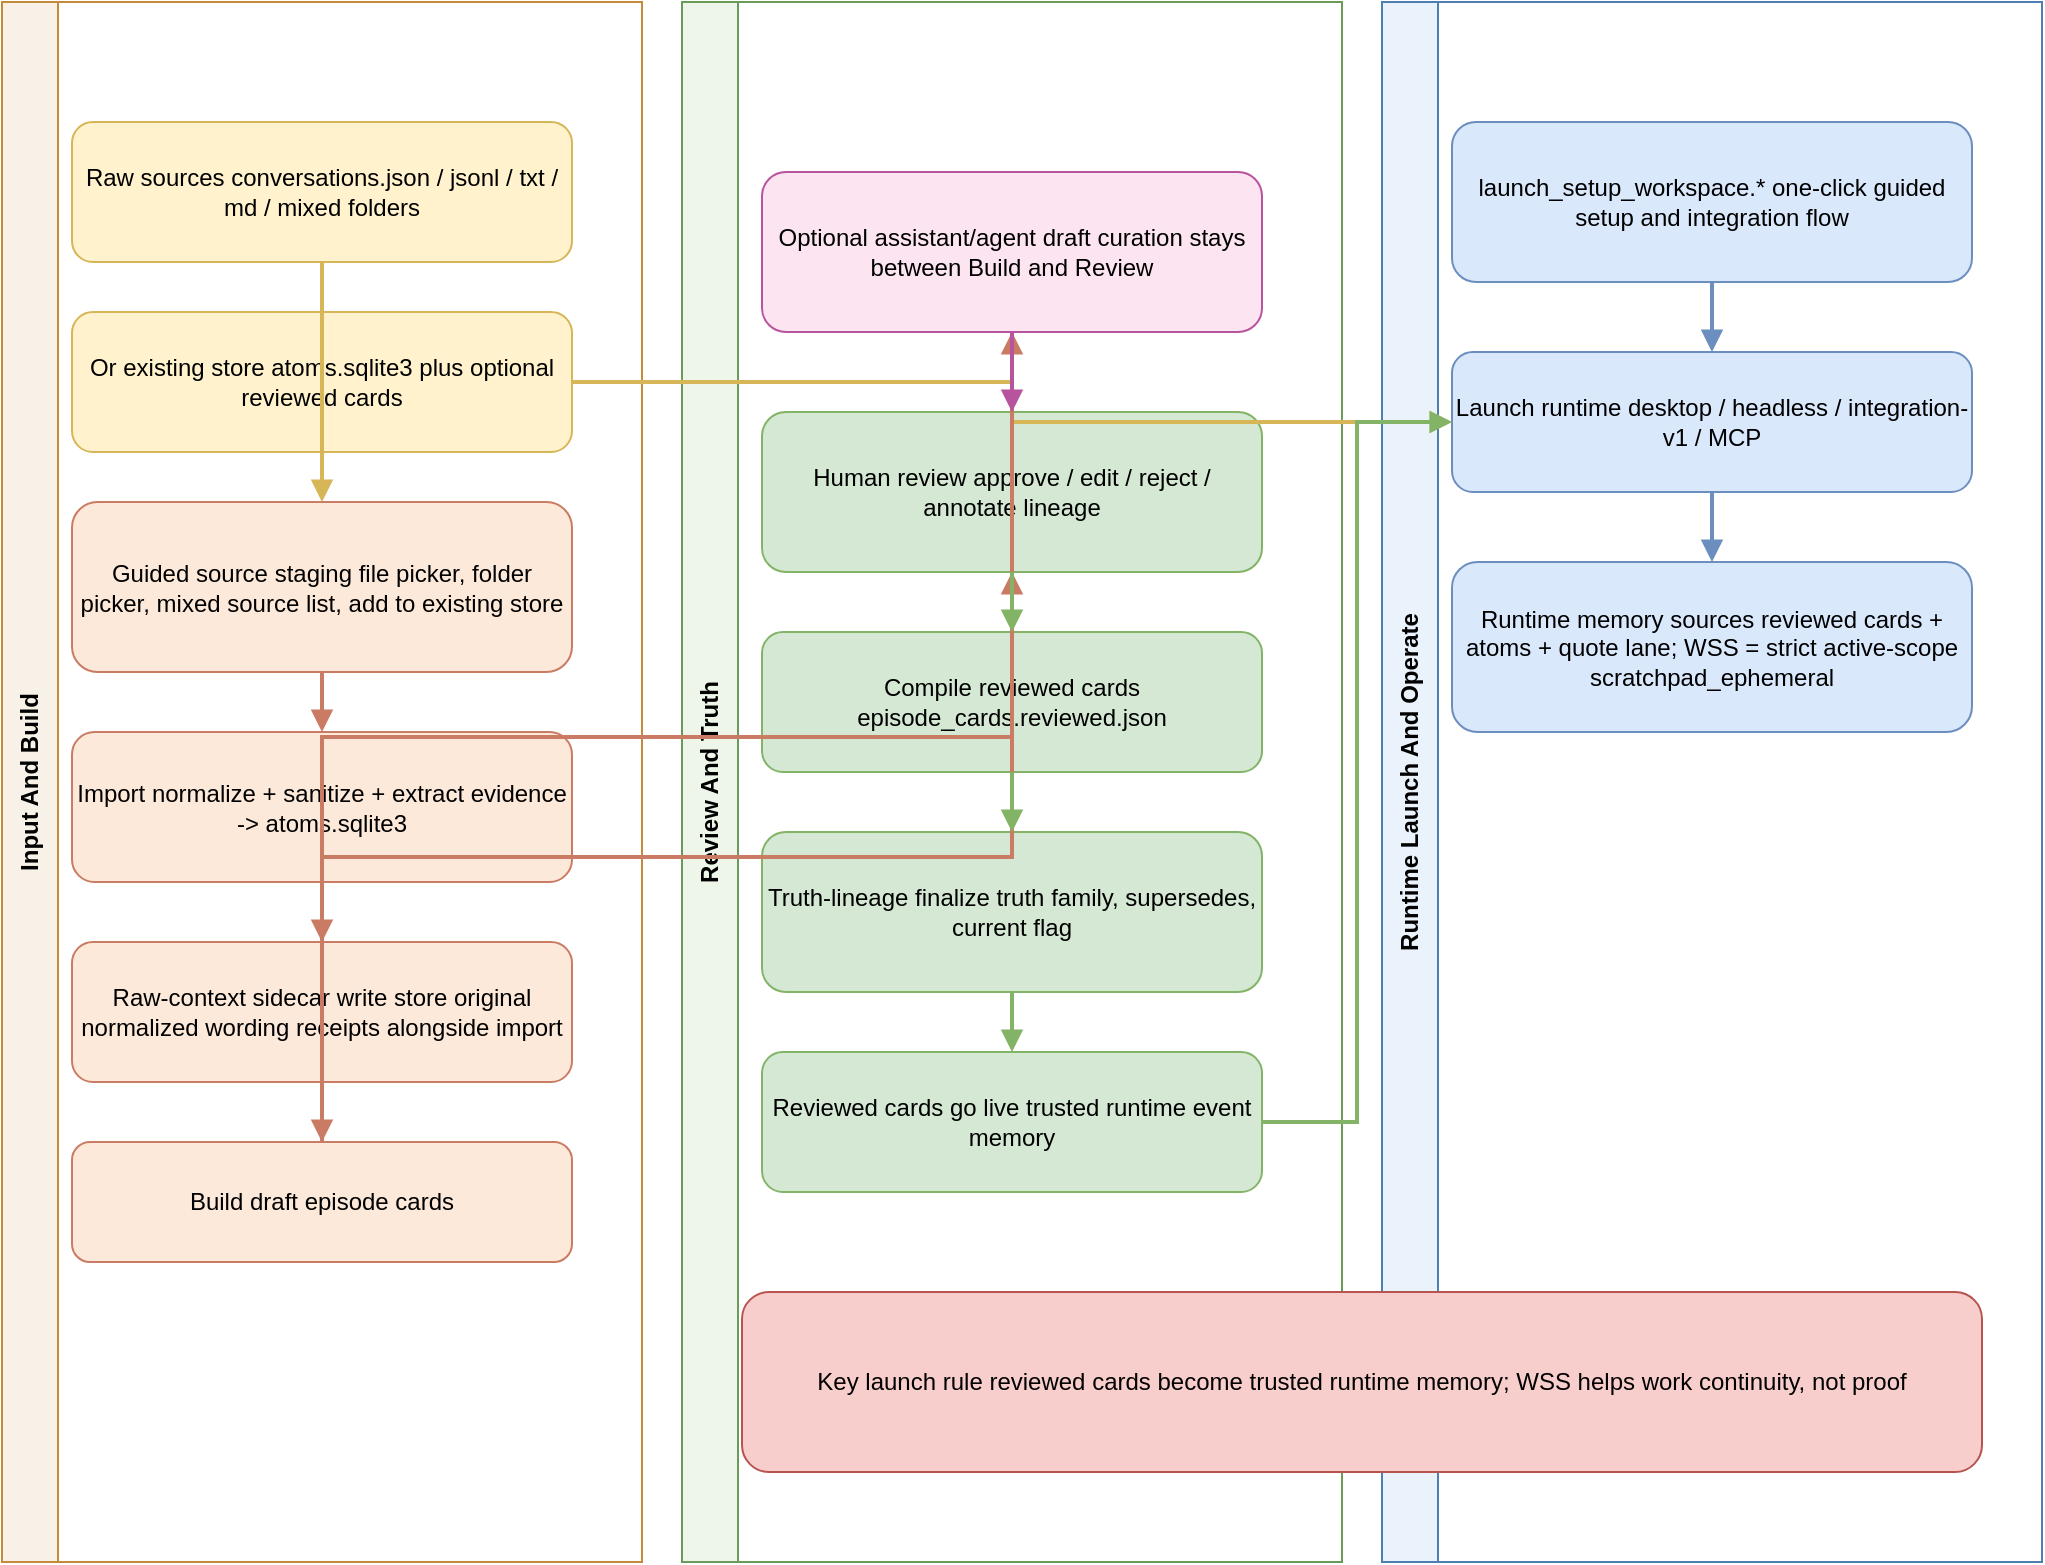
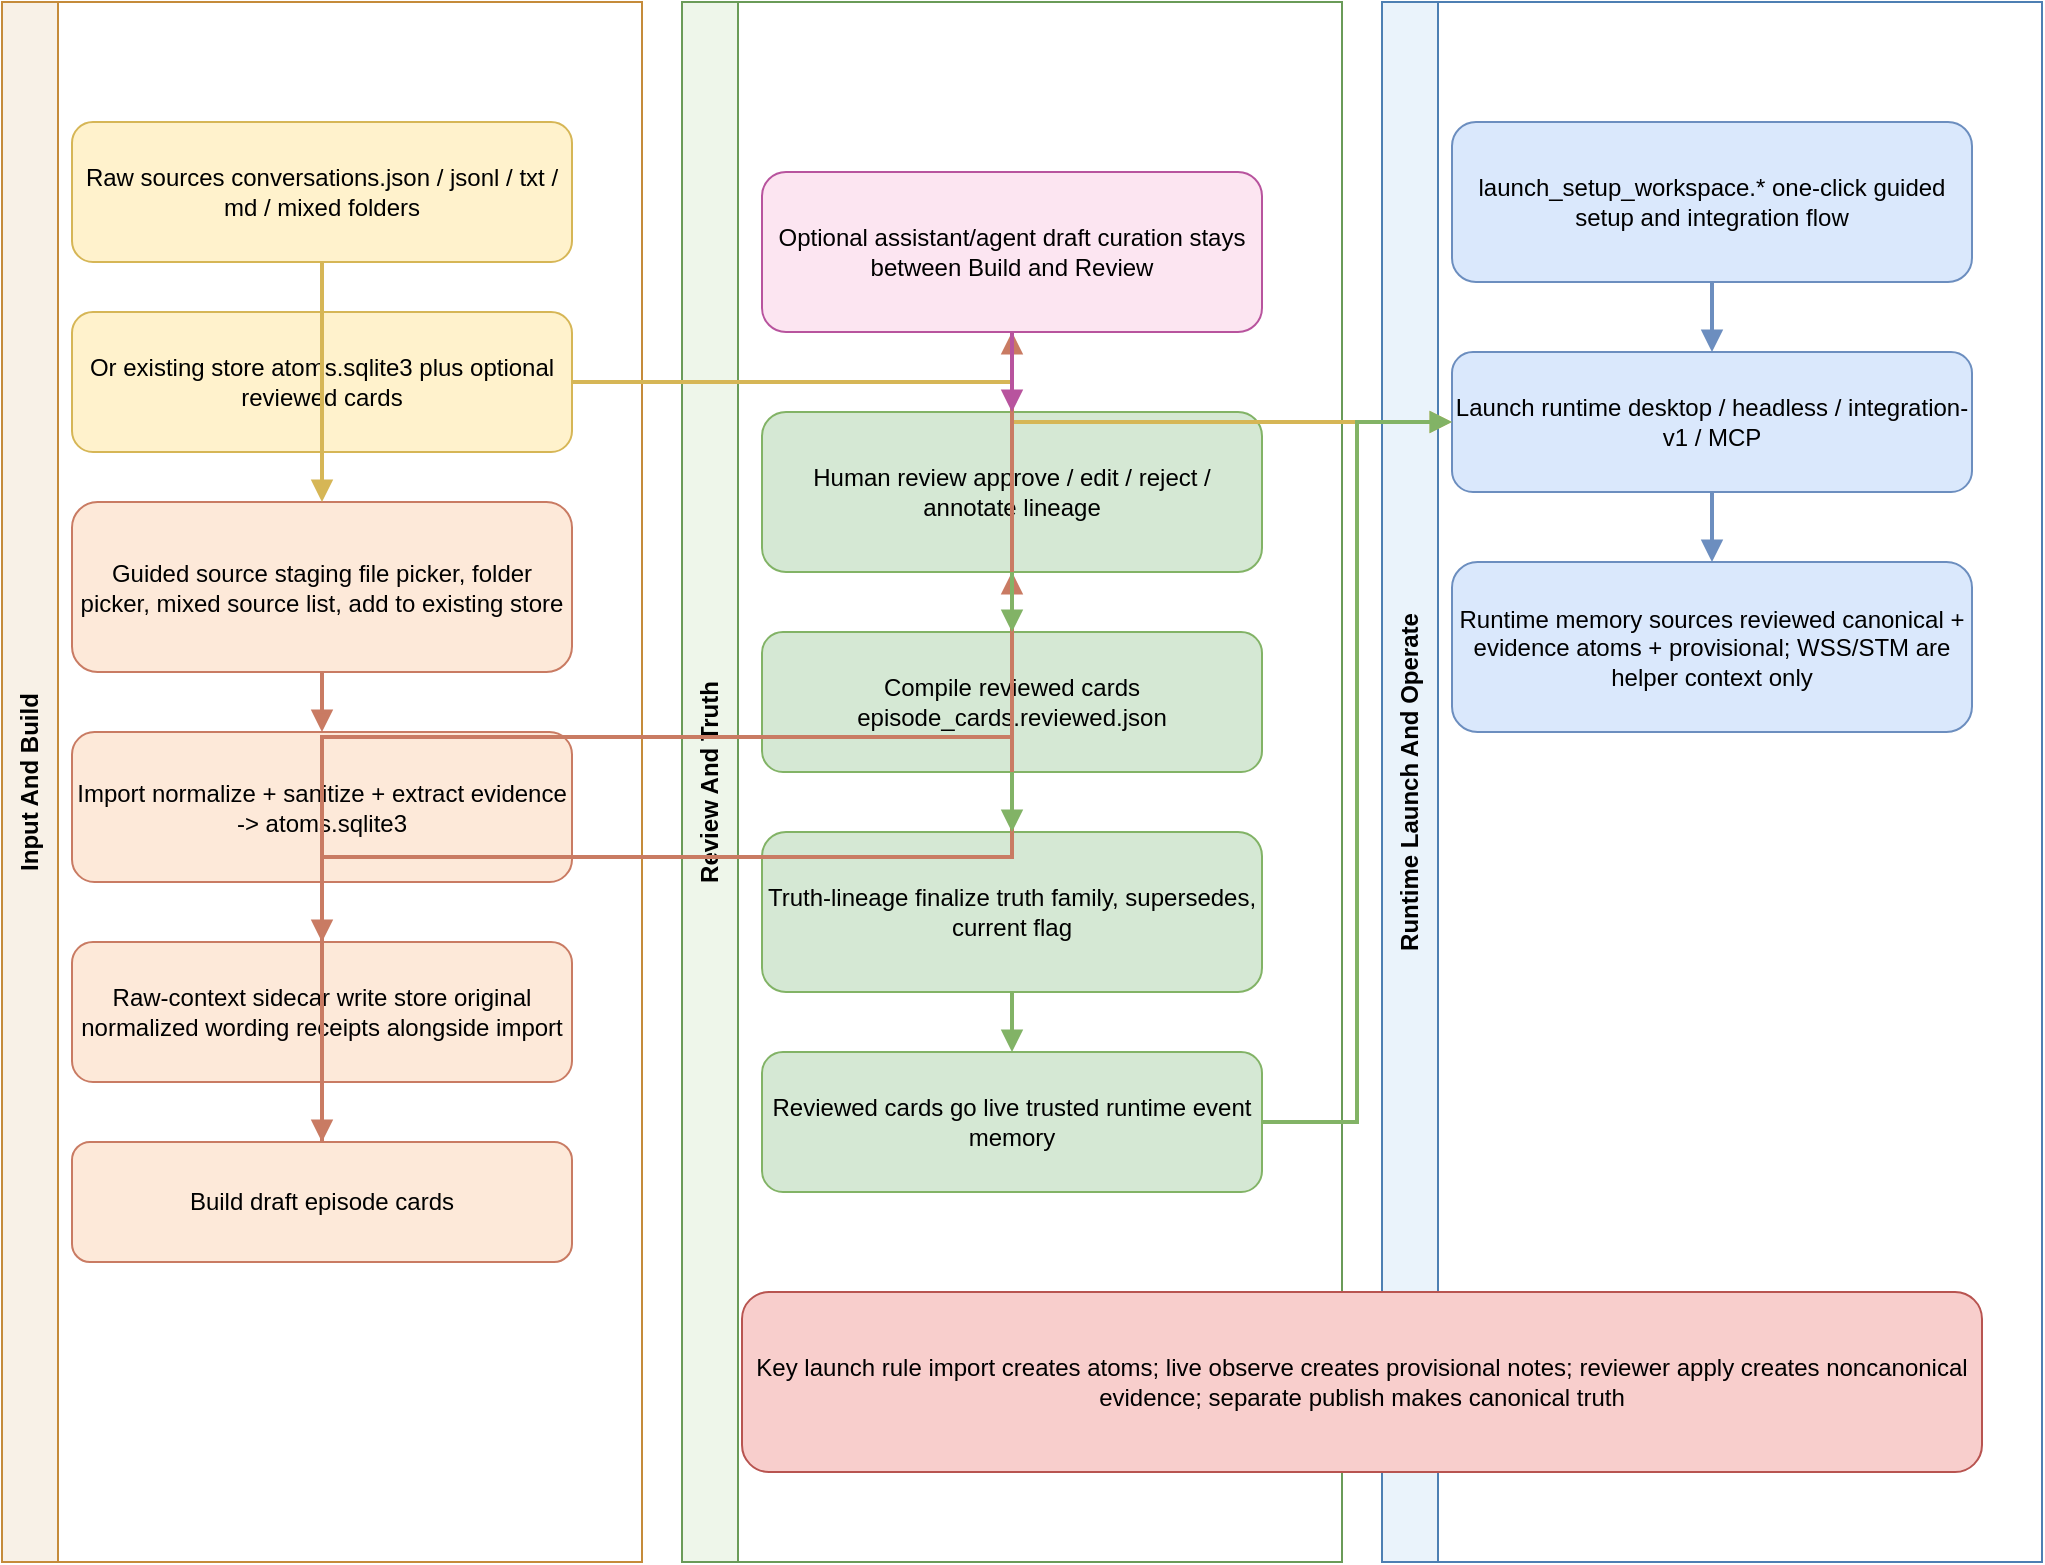
<mxfile host="app.diagrams.net" modified="2026-04-12T23:30:00.000Z" agent="Codex" version="24.7.17">
  <diagram id="launch-pipeline-engineering" name="Engineering Pipeline">
    <mxGraphModel dx="1650" dy="1050" grid="1" gridSize="10" guides="1" tooltips="1" connect="1" arrows="1" fold="1" page="1" pageScale="1" pageWidth="1600" pageHeight="980" math="0" shadow="0">
      <root>
        <mxCell id="0" />
        <mxCell id="1" parent="0" />
        <mxCell id="lane1" value="Input And Build" style="swimlane;whiteSpace=wrap;html=1;rounded=0;horizontal=0;startSize=28;fontStyle=1;fillColor=#f8f1e7;strokeColor=#c58b3a;" vertex="1" parent="1">
          <mxGeometry x="20" y="20" width="320" height="780" as="geometry" />
        </mxCell>
        <mxCell id="lane2" value="Review And Truth" style="swimlane;whiteSpace=wrap;html=1;rounded=0;horizontal=0;startSize=28;fontStyle=1;fillColor=#eef6ea;strokeColor=#6a9b58;" vertex="1" parent="1">
          <mxGeometry x="360" y="20" width="330" height="780" as="geometry" />
        </mxCell>
        <mxCell id="lane3" value="Runtime Launch And Operate" style="swimlane;whiteSpace=wrap;html=1;rounded=0;horizontal=0;startSize=28;fontStyle=1;fillColor=#eaf3fb;strokeColor=#4d7fb3;" vertex="1" parent="1">
          <mxGeometry x="710" y="20" width="330" height="780" as="geometry" />
        </mxCell>
        <mxCell id="l1" value="Raw sources&amp;#10;conversations.json / jsonl / txt / md / mixed folders" style="rounded=1;whiteSpace=wrap;html=1;fillColor=#fff2cc;strokeColor=#d6b656;" vertex="1" parent="1">
          <mxGeometry x="55" y="80" width="250" height="70" as="geometry" />
        </mxCell>
        <mxCell id="l2" value="Or existing store&amp;#10;atoms.sqlite3 plus optional reviewed cards" style="rounded=1;whiteSpace=wrap;html=1;fillColor=#fff2cc;strokeColor=#d6b656;" vertex="1" parent="1">
          <mxGeometry x="55" y="175" width="250" height="70" as="geometry" />
        </mxCell>
        <mxCell id="l3" value="Guided source staging&amp;#10;file picker, folder picker, mixed source list, add to existing store" style="rounded=1;whiteSpace=wrap;html=1;fillColor=#fde9d9;strokeColor=#c97b63;" vertex="1" parent="1">
          <mxGeometry x="55" y="270" width="250" height="85" as="geometry" />
        </mxCell>
        <mxCell id="l4" value="Import&amp;#10;normalize + sanitize + extract evidence -&amp;gt; atoms.sqlite3" style="rounded=1;whiteSpace=wrap;html=1;fillColor=#fde9d9;strokeColor=#c97b63;" vertex="1" parent="1">
          <mxGeometry x="55" y="385" width="250" height="75" as="geometry" />
        </mxCell>
        <mxCell id="l5" value="Raw-context sidecar write&amp;#10;store original normalized wording receipts alongside import" style="rounded=1;whiteSpace=wrap;html=1;fillColor=#fde9d9;strokeColor=#c97b63;" vertex="1" parent="1">
          <mxGeometry x="55" y="490" width="250" height="70" as="geometry" />
        </mxCell>
        <mxCell id="l6" value="Build draft episode cards" style="rounded=1;whiteSpace=wrap;html=1;fillColor=#fde9d9;strokeColor=#c97b63;" vertex="1" parent="1">
          <mxGeometry x="55" y="590" width="250" height="60" as="geometry" />
        </mxCell>
        <mxCell id="l7" value="Optional assistant/agent draft curation&amp;#10;stays between Build and Review" style="rounded=1;whiteSpace=wrap;html=1;fillColor=#fce5f1;strokeColor=#b8549e;" vertex="1" parent="1">
          <mxGeometry x="400" y="105" width="250" height="80" as="geometry" />
        </mxCell>
        <mxCell id="l8" value="Human review&amp;#10;approve / edit / reject / annotate lineage" style="rounded=1;whiteSpace=wrap;html=1;fillColor=#d5e8d4;strokeColor=#82b366;" vertex="1" parent="1">
          <mxGeometry x="400" y="225" width="250" height="80" as="geometry" />
        </mxCell>
        <mxCell id="l9" value="Compile reviewed cards&amp;#10;episode_cards.reviewed.json" style="rounded=1;whiteSpace=wrap;html=1;fillColor=#d5e8d4;strokeColor=#82b366;" vertex="1" parent="1">
          <mxGeometry x="400" y="335" width="250" height="70" as="geometry" />
        </mxCell>
        <mxCell id="l10" value="Truth-lineage finalize&amp;#10;truth family, supersedes, current flag" style="rounded=1;whiteSpace=wrap;html=1;fillColor=#d5e8d4;strokeColor=#82b366;" vertex="1" parent="1">
          <mxGeometry x="400" y="435" width="250" height="80" as="geometry" />
        </mxCell>
        <mxCell id="l11" value="Reviewed cards go live&amp;#10;trusted runtime event memory" style="rounded=1;whiteSpace=wrap;html=1;fillColor=#d5e8d4;strokeColor=#82b366;" vertex="1" parent="1">
          <mxGeometry x="400" y="545" width="250" height="70" as="geometry" />
        </mxCell>
        <mxCell id="l12" value="launch_setup_workspace.*&amp;#10;one-click guided setup and integration flow" style="rounded=1;whiteSpace=wrap;html=1;fillColor=#dae8fc;strokeColor=#6c8ebf;" vertex="1" parent="1">
          <mxGeometry x="745" y="80" width="260" height="80" as="geometry" />
        </mxCell>
        <mxCell id="l13" value="Launch runtime&amp;#10;desktop / headless / integration-v1 / MCP" style="rounded=1;whiteSpace=wrap;html=1;fillColor=#dae8fc;strokeColor=#6c8ebf;" vertex="1" parent="1">
          <mxGeometry x="745" y="195" width="260" height="70" as="geometry" />
        </mxCell>
-         <mxCell id="l14" value="Runtime memory sources&amp;#10;reviewed cards + atoms + quote lane; WSS = strict active-scope scratchpad_ephemeral" style="rounded=1;whiteSpace=wrap;html=1;fillColor=#dae8fc;strokeColor=#6c8ebf;" vertex="1" parent="1">
+         <mxCell id="l14" value="Runtime memory sources&amp;#10;reviewed canonical + evidence atoms + provisional; WSS/STM are helper context only" style="rounded=1;whiteSpace=wrap;html=1;fillColor=#dae8fc;strokeColor=#6c8ebf;" vertex="1" parent="1">
          <mxGeometry x="745" y="300" width="260" height="85" as="geometry" />
        </mxCell>
-         <mxCell id="l15" value="Key launch rule&amp;#10;reviewed cards become trusted runtime memory; WSS helps work continuity, not proof" style="rounded=1;whiteSpace=wrap;html=1;fillColor=#f8cecc;strokeColor=#b85450;" vertex="1" parent="1">
+         <mxCell id="l15" value="Key launch rule&amp;#10;import creates atoms; live observe creates provisional notes; reviewer apply creates noncanonical evidence; separate publish makes canonical truth" style="rounded=1;whiteSpace=wrap;html=1;fillColor=#f8cecc;strokeColor=#b85450;" vertex="1" parent="1">
          <mxGeometry x="390" y="665" width="620" height="90" as="geometry" />
        </mxCell>
        <mxCell id="e2" edge="1" parent="1" source="l1" target="l3" style="edgeStyle=orthogonalEdgeStyle;orthogonalLoop=1;jettySize=auto;jumpStyle=arc;jumpSize=6;endArrow=block;endFill=1;html=1;rounded=0;strokeWidth=2;strokeColor=#d6b656;entryX=0.5;entryY=0;entryPerimeter=1;exitX=0.5;exitY=1;exitPerimeter=1;">
          <mxGeometry relative="1" as="geometry" />
        </mxCell>
        <mxCell id="e3" edge="1" parent="1" source="l2" target="l13" style="edgeStyle=orthogonalEdgeStyle;orthogonalLoop=1;jettySize=auto;jumpStyle=arc;jumpSize=6;endArrow=block;endFill=1;html=1;rounded=0;strokeWidth=2;strokeColor=#d6b656;entryX=0;entryY=0.5;entryPerimeter=1;exitX=1;exitY=0.5;exitPerimeter=1;">
          <mxGeometry relative="1" as="geometry" />
        </mxCell>
        <mxCell id="e4" edge="1" parent="1" source="l3" target="l4" style="edgeStyle=orthogonalEdgeStyle;orthogonalLoop=1;jettySize=auto;jumpStyle=arc;jumpSize=6;endArrow=block;endFill=1;html=1;rounded=0;strokeWidth=2;strokeColor=#c97b63;entryX=0.5;entryY=0;entryPerimeter=1;exitX=0.5;exitY=1;exitPerimeter=1;">
          <mxGeometry relative="1" as="geometry" />
        </mxCell>
        <mxCell id="e5" edge="1" parent="1" source="l4" target="l5" style="edgeStyle=orthogonalEdgeStyle;orthogonalLoop=1;jettySize=auto;jumpStyle=arc;jumpSize=6;endArrow=block;endFill=1;html=1;rounded=0;strokeWidth=2;strokeColor=#c97b63;entryX=0.5;entryY=0;entryPerimeter=1;exitX=0.5;exitY=1;exitPerimeter=1;">
          <mxGeometry relative="1" as="geometry" />
        </mxCell>
        <mxCell id="e6" edge="1" parent="1" source="l4" target="l6" style="edgeStyle=orthogonalEdgeStyle;orthogonalLoop=1;jettySize=auto;jumpStyle=arc;jumpSize=6;endArrow=block;endFill=1;html=1;rounded=0;strokeWidth=2;strokeColor=#c97b63;entryX=0.5;entryY=0;entryPerimeter=1;exitX=0.5;exitY=1;exitPerimeter=1;">
          <mxGeometry relative="1" as="geometry" />
        </mxCell>
        <mxCell id="e7" edge="1" parent="1" source="l6" target="l7" style="edgeStyle=orthogonalEdgeStyle;orthogonalLoop=1;jettySize=auto;jumpStyle=arc;jumpSize=6;endArrow=block;endFill=1;html=1;rounded=0;strokeWidth=2;strokeColor=#c97b63;entryX=0.5;entryY=1;entryPerimeter=1;exitX=0.5;exitY=0;exitPerimeter=1;">
          <mxGeometry relative="1" as="geometry" />
        </mxCell>
        <mxCell id="e8" edge="1" parent="1" source="l6" target="l8" style="edgeStyle=orthogonalEdgeStyle;orthogonalLoop=1;jettySize=auto;jumpStyle=arc;jumpSize=6;endArrow=block;endFill=1;html=1;rounded=0;strokeWidth=2;strokeColor=#c97b63;entryX=0.5;entryY=1;entryPerimeter=1;exitX=0.5;exitY=0;exitPerimeter=1;">
          <mxGeometry relative="1" as="geometry" />
        </mxCell>
        <mxCell id="e9" edge="1" parent="1" source="l7" target="l8" style="edgeStyle=orthogonalEdgeStyle;orthogonalLoop=1;jettySize=auto;jumpStyle=arc;jumpSize=6;endArrow=block;endFill=1;html=1;rounded=0;strokeWidth=2;strokeColor=#b8549e;entryX=0.5;entryY=0;entryPerimeter=1;exitX=0.5;exitY=1;exitPerimeter=1;">
          <mxGeometry relative="1" as="geometry" />
        </mxCell>
        <mxCell id="e10" edge="1" parent="1" source="l8" target="l9" style="edgeStyle=orthogonalEdgeStyle;orthogonalLoop=1;jettySize=auto;jumpStyle=arc;jumpSize=6;endArrow=block;endFill=1;html=1;rounded=0;strokeWidth=2;strokeColor=#82b366;entryX=0.5;entryY=0;entryPerimeter=1;exitX=0.5;exitY=1;exitPerimeter=1;">
          <mxGeometry relative="1" as="geometry" />
        </mxCell>
        <mxCell id="e11" edge="1" parent="1" source="l9" target="l10" style="edgeStyle=orthogonalEdgeStyle;orthogonalLoop=1;jettySize=auto;jumpStyle=arc;jumpSize=6;endArrow=block;endFill=1;html=1;rounded=0;strokeWidth=2;strokeColor=#82b366;entryX=0.5;entryY=0;entryPerimeter=1;exitX=0.5;exitY=1;exitPerimeter=1;">
          <mxGeometry relative="1" as="geometry" />
        </mxCell>
        <mxCell id="e12" edge="1" parent="1" source="l10" target="l11" style="edgeStyle=orthogonalEdgeStyle;orthogonalLoop=1;jettySize=auto;jumpStyle=arc;jumpSize=6;endArrow=block;endFill=1;html=1;rounded=0;strokeWidth=2;strokeColor=#82b366;entryX=0.5;entryY=0;entryPerimeter=1;exitX=0.5;exitY=1;exitPerimeter=1;">
          <mxGeometry relative="1" as="geometry" />
        </mxCell>
        <mxCell id="e13" edge="1" parent="1" source="l11" target="l13" style="edgeStyle=orthogonalEdgeStyle;orthogonalLoop=1;jettySize=auto;jumpStyle=arc;jumpSize=6;endArrow=block;endFill=1;html=1;rounded=0;strokeWidth=2;strokeColor=#82b366;entryX=0;entryY=0.5;entryPerimeter=1;exitX=1;exitY=0.5;exitPerimeter=1;">
          <mxGeometry relative="1" as="geometry" />
        </mxCell>
        <mxCell id="e14" edge="1" parent="1" source="l12" target="l13" style="edgeStyle=orthogonalEdgeStyle;orthogonalLoop=1;jettySize=auto;jumpStyle=arc;jumpSize=6;endArrow=block;endFill=1;html=1;rounded=0;strokeWidth=2;strokeColor=#6c8ebf;entryX=0.5;entryY=0;entryPerimeter=1;exitX=0.5;exitY=1;exitPerimeter=1;">
          <mxGeometry relative="1" as="geometry" />
        </mxCell>
        <mxCell id="e15" edge="1" parent="1" source="l13" target="l14" style="edgeStyle=orthogonalEdgeStyle;orthogonalLoop=1;jettySize=auto;jumpStyle=arc;jumpSize=6;endArrow=block;endFill=1;html=1;rounded=0;strokeWidth=2;strokeColor=#6c8ebf;entryX=0.5;entryY=0;entryPerimeter=1;exitX=0.5;exitY=1;exitPerimeter=1;">
          <mxGeometry relative="1" as="geometry" />
        </mxCell>
      </root>
    </mxGraphModel>
  </diagram>
  <diagram id="launch-pipeline-caveman" name="Caveman Pipeline">
    <mxGraphModel dx="1450" dy="900" grid="1" gridSize="10" guides="1" tooltips="1" connect="1" arrows="1" fold="1" page="1" pageScale="1" pageWidth="1450" pageHeight="900" math="0" shadow="0">
      <root>
        <mxCell id="0" />
        <mxCell id="1" parent="0" />
        <mxCell id="q1" value="1. Click the starter file or open the app." style="rounded=1;whiteSpace=wrap;html=1;fillColor=#fff2cc;strokeColor=#d6b656;" vertex="1" parent="1">
          <mxGeometry x="60" y="90" width="240" height="70" as="geometry" />
        </mxCell>
        <mxCell id="q2" value="2. Pick files, folders, or an existing store.&amp;#10;You can mix folders and single files." style="rounded=1;whiteSpace=wrap;html=1;fillColor=#fff2cc;strokeColor=#d6b656;" vertex="1" parent="1">
          <mxGeometry x="360" y="90" width="280" height="90" as="geometry" />
        </mxCell>
        <mxCell id="q3" value="3. MNO cleans the pile and makes atoms.&amp;#10;Atoms = small evidence pieces." style="rounded=1;whiteSpace=wrap;html=1;fillColor=#fde9d9;strokeColor=#c97b63;" vertex="1" parent="1">
          <mxGeometry x="700" y="90" width="260" height="90" as="geometry" />
        </mxCell>
        <mxCell id="q4" value="4. MNO also keeps a wording receipt for quote checks." style="rounded=1;whiteSpace=wrap;html=1;fillColor=#fde9d9;strokeColor=#c97b63;" vertex="1" parent="1">
          <mxGeometry x="1020" y="90" width="260" height="80" as="geometry" />
        </mxCell>
        <mxCell id="q5" value="5. MNO builds rough story cards.&amp;#10;Rough = draft, not trusted yet." style="rounded=1;whiteSpace=wrap;html=1;fillColor=#fde9d9;strokeColor=#c97b63;" vertex="1" parent="1">
          <mxGeometry x="160" y="280" width="270" height="90" as="geometry" />
        </mxCell>
        <mxCell id="q6" value="6. Assistant/agent can help clean the draft, but it stays draft-only." style="rounded=1;whiteSpace=wrap;html=1;fillColor=#fce5f1;strokeColor=#b8549e;" vertex="1" parent="1">
          <mxGeometry x="500" y="280" width="310" height="90" as="geometry" />
        </mxCell>
        <mxCell id="q7" value="7. Human decides what becomes trusted memory." style="rounded=1;whiteSpace=wrap;html=1;fillColor=#d5e8d4;strokeColor=#82b366;" vertex="1" parent="1">
          <mxGeometry x="880" y="280" width="280" height="80" as="geometry" />
        </mxCell>
        <mxCell id="q8" value="8. Corrected reviewed cards stay linked so old vs current truth is clearer." style="rounded=1;whiteSpace=wrap;html=1;fillColor=#d5e8d4;strokeColor=#82b366;" vertex="1" parent="1">
          <mxGeometry x="260" y="470" width="360" height="90" as="geometry" />
        </mxCell>
        <mxCell id="q9" value="9. Reviewed memory goes live in the runtime." style="rounded=1;whiteSpace=wrap;html=1;fillColor=#dae8fc;strokeColor=#6c8ebf;" vertex="1" parent="1">
          <mxGeometry x="700" y="470" width="280" height="80" as="geometry" />
        </mxCell>
        <mxCell id="q10" value="Words to know&amp;#10;MCP = Model Context Protocol&amp;#10;ANN = approximate nearest neighbor&amp;#10;WSS = work-session scratchpad" style="rounded=1;whiteSpace=wrap;html=1;fillColor=#e1d5e7;strokeColor=#9673a6;" vertex="1" parent="1">
          <mxGeometry x="480" y="640" width="320" height="90" as="geometry" />
        </mxCell>
        <mxCell id="e2" edge="1" parent="1" source="q1" target="q2" style="edgeStyle=orthogonalEdgeStyle;orthogonalLoop=1;jettySize=auto;jumpStyle=arc;jumpSize=6;endArrow=block;endFill=1;html=1;rounded=0;strokeWidth=2;strokeColor=#d6b656;entryX=0;entryY=0.5;entryPerimeter=1;exitX=1;exitY=0.5;exitPerimeter=1;">
          <mxGeometry relative="1" as="geometry" />
        </mxCell>
        <mxCell id="e3" edge="1" parent="1" source="q2" target="q3" style="edgeStyle=orthogonalEdgeStyle;orthogonalLoop=1;jettySize=auto;jumpStyle=arc;jumpSize=6;endArrow=block;endFill=1;html=1;rounded=0;strokeWidth=2;strokeColor=#d6b656;entryX=0;entryY=0.5;entryPerimeter=1;exitX=1;exitY=0.5;exitPerimeter=1;">
          <mxGeometry relative="1" as="geometry" />
        </mxCell>
        <mxCell id="e4" edge="1" parent="1" source="q3" target="q4" style="edgeStyle=orthogonalEdgeStyle;orthogonalLoop=1;jettySize=auto;jumpStyle=arc;jumpSize=6;endArrow=block;endFill=1;html=1;rounded=0;strokeWidth=2;strokeColor=#c97b63;entryX=0;entryY=0.5;entryPerimeter=1;exitX=1;exitY=0.5;exitPerimeter=1;">
          <mxGeometry relative="1" as="geometry" />
        </mxCell>
        <mxCell id="e5" edge="1" parent="1" source="q3" target="q5" style="edgeStyle=orthogonalEdgeStyle;orthogonalLoop=1;jettySize=auto;jumpStyle=arc;jumpSize=6;endArrow=block;endFill=1;html=1;rounded=0;strokeWidth=2;strokeColor=#c97b63;entryX=1;entryY=0.5;entryPerimeter=1;exitX=0;exitY=0.5;exitPerimeter=1;">
          <mxGeometry relative="1" as="geometry" />
        </mxCell>
        <mxCell id="e6" edge="1" parent="1" source="q5" target="q6" style="edgeStyle=orthogonalEdgeStyle;orthogonalLoop=1;jettySize=auto;jumpStyle=arc;jumpSize=6;endArrow=block;endFill=1;html=1;rounded=0;strokeWidth=2;strokeColor=#c97b63;entryX=0;entryY=0.5;entryPerimeter=1;exitX=1;exitY=0.5;exitPerimeter=1;">
          <mxGeometry relative="1" as="geometry" />
        </mxCell>
        <mxCell id="e7" edge="1" parent="1" source="q6" target="q7" style="edgeStyle=orthogonalEdgeStyle;orthogonalLoop=1;jettySize=auto;jumpStyle=arc;jumpSize=6;endArrow=block;endFill=1;html=1;rounded=0;strokeWidth=2;strokeColor=#b8549e;entryX=0;entryY=0.5;entryPerimeter=1;exitX=1;exitY=0.5;exitPerimeter=1;">
          <mxGeometry relative="1" as="geometry" />
        </mxCell>
        <mxCell id="e8" edge="1" parent="1" source="q7" target="q8" style="edgeStyle=orthogonalEdgeStyle;orthogonalLoop=1;jettySize=auto;jumpStyle=arc;jumpSize=6;endArrow=block;endFill=1;html=1;rounded=0;strokeWidth=2;strokeColor=#82b366;entryX=1;entryY=0.5;entryPerimeter=1;exitX=0;exitY=0.5;exitPerimeter=1;">
          <mxGeometry relative="1" as="geometry" />
        </mxCell>
        <mxCell id="e9" edge="1" parent="1" source="q8" target="q9" style="edgeStyle=orthogonalEdgeStyle;orthogonalLoop=1;jettySize=auto;jumpStyle=arc;jumpSize=6;endArrow=block;endFill=1;html=1;rounded=0;strokeWidth=2;strokeColor=#82b366;entryX=0;entryY=0.5;entryPerimeter=1;exitX=1;exitY=0.5;exitPerimeter=1;">
          <mxGeometry relative="1" as="geometry" />
        </mxCell>
      </root>
    </mxGraphModel>
  </diagram>
</mxfile>
